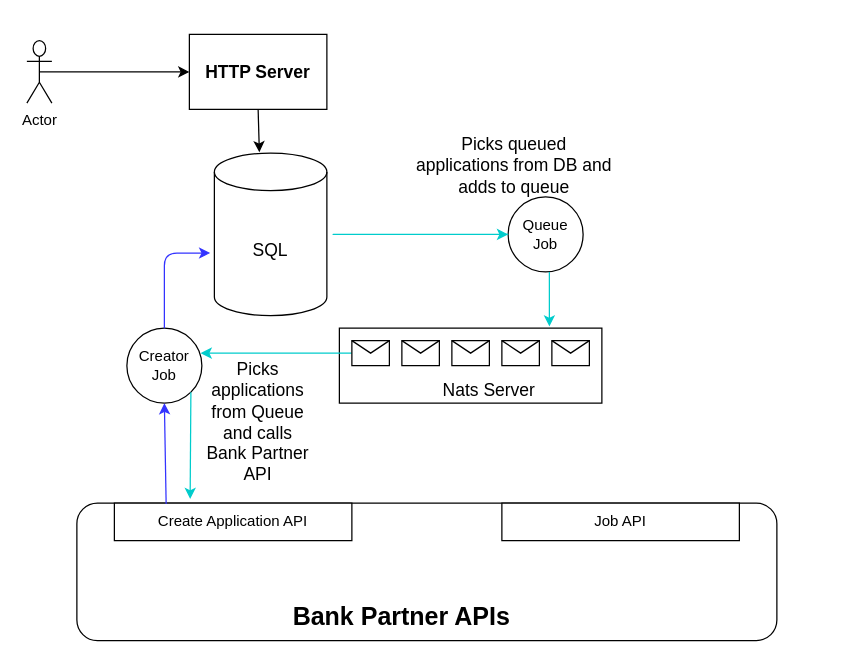
This is Untitled Diagram.drawio from mailanushamn/DockerSamples, a draw.io file, before an edit. Source tidied: cells renumbered, new cells numbered last; positions are measured from the earlier drawing's top-left corner, leaving out a move shared by most shapes. Both pictures are drawn from the tidied source at 125%, with x=0, y=0 at pixel (26, 34).
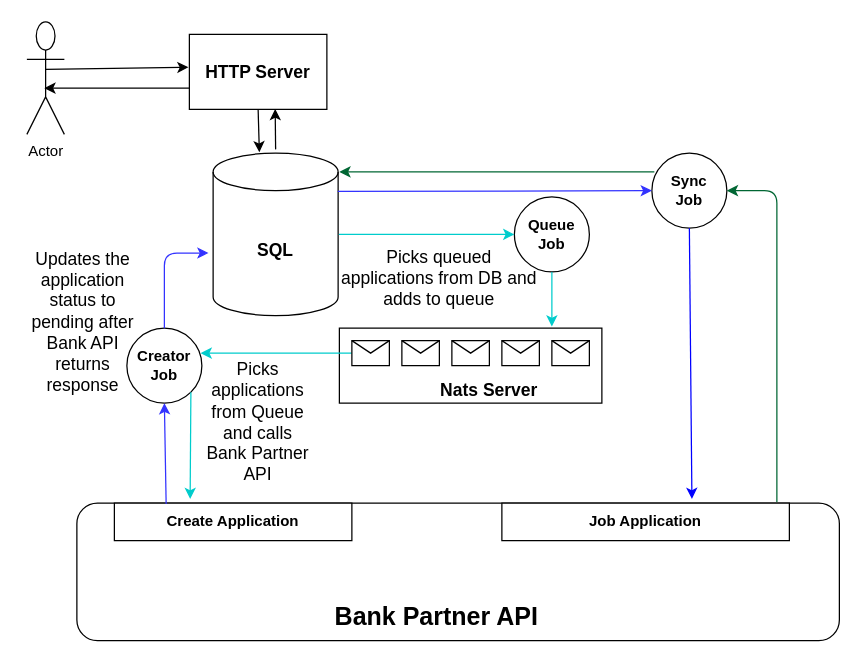
Above is the later version.

The change refers to these unchanged cells:
```xml
<mxCell id="4" value="HTTP Server" style="rounded=0;whiteSpace=wrap;html=1;fontStyle=1;fontSize=14;" parent="1" vertex="1">
  <mxGeometry x="130" width="110" height="60" as="geometry" />
</mxCell>
<mxCell id="12" style="rounded=0;whiteSpace=wrap;html=1;fontSize=14;" parent="1" vertex="1">
  <mxGeometry x="250" y="235" width="210" height="60" as="geometry" />
</mxCell>
```

Change to the diagram source:
```diff
@@
-    <mxCell id="2" style="edgeStyle=orthogonalEdgeStyle;rounded=0;jettySize=auto;html=1;exitX=0.5;exitY=0.5;exitDx=0;exitDy=0;exitPerimeter=0;entryX=0;entryY=0.5;entryDx=0;entryDy=0;" parent="1" edge="1" source="3" target="4">
-      <mxGeometry relative="1" as="geometry" />
-    </mxCell>
     <mxCell id="3" value="Actor" style="shape=umlActor;verticalLabelPosition=bottom;verticalAlign=top;html=1;outlineConnect=0;" parent="1" vertex="1">
-      <mxGeometry y="5" width="20" height="50" as="geometry" />
+      <mxGeometry y="-10" width="30" height="90" as="geometry" />
     </mxCell>
@@
-    <mxCell id="5" value="Creator Job" style="ellipse;whiteSpace=wrap;html=1;" parent="1" vertex="1">
+    <mxCell id="5" value="Creator Job" style="ellipse;whiteSpace=wrap;html=1;fontStyle=1;" parent="1" vertex="1">
       <mxGeometry x="80" y="235" width="60" height="60" as="geometry" />
     </mxCell>
@@
     <mxCell id="7" style="rounded=1;whiteSpace=wrap;html=1;" parent="1" vertex="1">
-      <mxGeometry x="40" y="375" width="560" height="110" as="geometry" />
+      <mxGeometry x="40" y="375" width="610" height="110" as="geometry" />
     </mxCell>
-    <mxCell id="8" value="Create Application API" style="rounded=0;whiteSpace=wrap;html=1;" parent="1" vertex="1">
+    <mxCell id="8" value="Create Application" style="rounded=0;whiteSpace=wrap;html=1;fontStyle=1;" parent="1" vertex="1">
       <mxGeometry x="70" y="375" width="190" height="30" as="geometry" />
     </mxCell>
-    <mxCell id="9" value="&lt;h3&gt;&lt;font style=&quot;font-size: 20px&quot;&gt;Bank Partner APIs&lt;/font&gt;&lt;/h3&gt;" style="text;html=1;strokeColor=none;fillColor=none;align=center;verticalAlign=middle;whiteSpace=wrap;rounded=0;" parent="1" vertex="1">
-      <mxGeometry x="170" y="445" width="260" height="40" as="geometry" />
+    <mxCell id="9" value="&lt;h3&gt;&lt;font style=&quot;font-size: 20px&quot;&gt;Bank Partner API&lt;/font&gt;&lt;/h3&gt;" style="text;html=1;strokeColor=none;fillColor=none;align=center;verticalAlign=middle;whiteSpace=wrap;rounded=0;" parent="1" vertex="1">
+      <mxGeometry x="198" y="445" width="260" height="40" as="geometry" />
     </mxCell>
-    <mxCell id="10" value="Job API" style="rounded=0;whiteSpace=wrap;html=1;" parent="1" vertex="1">
-      <mxGeometry x="380" y="375" width="190" height="30" as="geometry" />
+    <mxCell id="10" value="Job Application" style="rounded=0;whiteSpace=wrap;html=1;fontStyle=1;" parent="1" vertex="1">
+      <mxGeometry x="380" y="375" width="230" height="30" as="geometry" />
     </mxCell>
@@
-    <mxCell id="14" value="SQL" style="shape=cylinder3;whiteSpace=wrap;html=1;boundedLbl=1;backgroundOutline=1;size=15;fontSize=14;" parent="1" vertex="1">
-      <mxGeometry x="150" y="95" width="90" height="130" as="geometry" />
+    <mxCell id="14" value="SQL" style="shape=cylinder3;whiteSpace=wrap;html=1;boundedLbl=1;backgroundOutline=1;size=15;fontSize=14;fontStyle=1;" parent="1" vertex="1">
+      <mxGeometry x="149" y="95" width="100" height="130" as="geometry" />
     </mxCell>
@@
-    <mxCell id="19" value="Nats Server" style="text;html=1;strokeColor=none;fillColor=none;align=center;verticalAlign=middle;whiteSpace=wrap;rounded=0;fontSize=14;" parent="1" vertex="1">
+    <mxCell id="19" value="Nats Server" style="text;html=1;strokeColor=none;fillColor=none;align=center;verticalAlign=middle;whiteSpace=wrap;rounded=0;fontSize=14;fontStyle=1;" parent="1" vertex="1">
       <mxGeometry x="320" y="275" width="100" height="20" as="geometry" />
     </mxCell>
@@
-    <mxCell id="23" value="Queue Job" style="ellipse;whiteSpace=wrap;html=1;" parent="1" vertex="1">
-      <mxGeometry x="385" y="130" width="60" height="60" as="geometry" />
+    <mxCell id="23" value="Queue Job" style="ellipse;whiteSpace=wrap;html=1;fontStyle=1;" parent="1" vertex="1">
+      <mxGeometry x="390" y="130" width="60" height="60" as="geometry" />
     </mxCell>
-    <mxCell id="24" style="endArrow=classic;html=1;strokeColor=#00CCCC;fontSize=14;exitX=0;exitY=0.5;exitDx=0;exitDy=0;" parent="1" edge="1" source="23">
+    <mxCell id="24" style="endArrow=classic;html=1;strokeColor=#00CCCC;fontSize=14;exitX=0;exitY=0.5;exitDx=0;exitDy=0;" parent="1" edge="1">
       <mxGeometry relative="1" as="geometry">
-        <mxPoint x="385" y="160" as="targetPoint" />
+        <mxPoint x="385" y="160" as="sourcePoint" />
+        <mxPoint x="390" y="160" as="targetPoint" />
         <Array as="points">
-          <mxPoint x="240" y="160" />
+          <mxPoint x="245" y="160" />
         </Array>
       </mxGeometry>
     </mxCell>
-    <mxCell id="25" style="endArrow=classic;html=1;strokeColor=#00CCCC;fontSize=14;entryX=0.8;entryY=-0.022;entryDx=0;entryDy=0;entryPerimeter=0;" parent="1" edge="1" target="12">
+    <mxCell id="25" style="endArrow=classic;html=1;strokeColor=#00CCCC;fontSize=14;entryX=0.8;entryY=-0.022;entryDx=0;entryDy=0;entryPerimeter=0;" parent="1" edge="1">
       <mxGeometry relative="1" as="geometry">
-        <mxPoint x="418" y="190" as="sourcePoint" />
+        <mxPoint x="420" y="190" as="sourcePoint" />
+        <mxPoint x="420" y="233.7" as="targetPoint" />
       </mxGeometry>
     </mxCell>
     <mxCell id="26" value="Picks queued applications from DB and adds to queue" style="text;html=1;strokeColor=none;fillColor=none;align=center;verticalAlign=middle;whiteSpace=wrap;rounded=0;fontSize=14;" parent="1" vertex="1">
-      <mxGeometry x="310" y="85" width="160" height="40" as="geometry" />
+      <mxGeometry x="250" y="175" width="160" height="40" as="geometry" />
     </mxCell>
@@
+    <mxCell id="28" style="endArrow=classic;html=1;strokeColor=#000000;fontSize=14;entryX=0.624;entryY=0.994;entryDx=0;entryDy=0;entryPerimeter=0;" parent="1" edge="1" target="4">
+      <mxGeometry relative="1" as="geometry">
+        <mxPoint x="199" y="92" as="sourcePoint" />
+      </mxGeometry>
+    </mxCell>
+    <mxCell id="29" style="endArrow=classic;html=1;strokeColor=#000000;fontSize=14;" parent="1" edge="1">
+      <mxGeometry relative="1" as="geometry">
+        <mxPoint x="130" y="43" as="sourcePoint" />
+        <mxPoint x="14" y="43" as="targetPoint" />
+      </mxGeometry>
+    </mxCell>
+    <mxCell id="30" style="endArrow=classic;html=1;strokeColor=#000000;fontSize=14;entryX=-0.006;entryY=0.639;entryDx=0;entryDy=0;exitX=0.5;exitY=0.5;exitDx=0;exitDy=0;exitPerimeter=0;entryPerimeter=0;" parent="1" edge="1">
+      <mxGeometry relative="1" as="geometry">
+        <mxPoint x="15" y="28" as="sourcePoint" />
+        <mxPoint x="129.3" y="26.3" as="targetPoint" />
+      </mxGeometry>
+    </mxCell>
+    <mxCell id="31" value="Updates the application status to pending after Bank API returns response" style="text;html=1;strokeColor=none;fillColor=none;align=center;verticalAlign=middle;whiteSpace=wrap;rounded=0;fontSize=14;" parent="1" vertex="1">
+      <mxGeometry y="195" width="90" height="70" as="geometry" />
+    </mxCell>
+    <mxCell id="32" value="Sync &lt;br&gt;Job" style="ellipse;whiteSpace=wrap;html=1;fontStyle=1;" parent="1" vertex="1">
+      <mxGeometry x="500" y="95" width="60" height="60" as="geometry" />
+    </mxCell>
+    <mxCell id="33" style="endArrow=classic;html=1;strokeColor=#006633;fontSize=14;entryX=1;entryY=0.5;entryDx=0;entryDy=0;" parent="1" edge="1" target="32">
+      <mxGeometry relative="1" as="geometry">
+        <mxPoint x="600" y="374" as="sourcePoint" />
+        <Array as="points">
+          <mxPoint x="600" y="125" />
+        </Array>
+      </mxGeometry>
+    </mxCell>
+    <mxCell id="34" style="endArrow=classic;html=1;strokeColor=#3333FF;fontSize=14;exitX=0.997;exitY=0.236;exitDx=0;exitDy=0;exitPerimeter=0;" parent="1" edge="1" source="14" target="32">
+      <mxGeometry relative="1" as="geometry" />
+    </mxCell>
+    <mxCell id="35" style="endArrow=classic;html=1;strokeColor=#0000FF;fontSize=14;exitX=0.5;exitY=1;exitDx=0;exitDy=0;entryX=0.661;entryY=-0.111;entryDx=0;entryDy=0;entryPerimeter=0;" parent="1" edge="1" source="32" target="10">
+      <mxGeometry relative="1" as="geometry" />
+    </mxCell>
+    <mxCell id="36" style="endArrow=classic;html=1;strokeColor=#006633;fontSize=14;" parent="1" edge="1">
+      <mxGeometry relative="1" as="geometry">
+        <mxPoint x="502" y="110" as="sourcePoint" />
+        <mxPoint x="250" y="110" as="targetPoint" />
+      </mxGeometry>
+    </mxCell>
```
